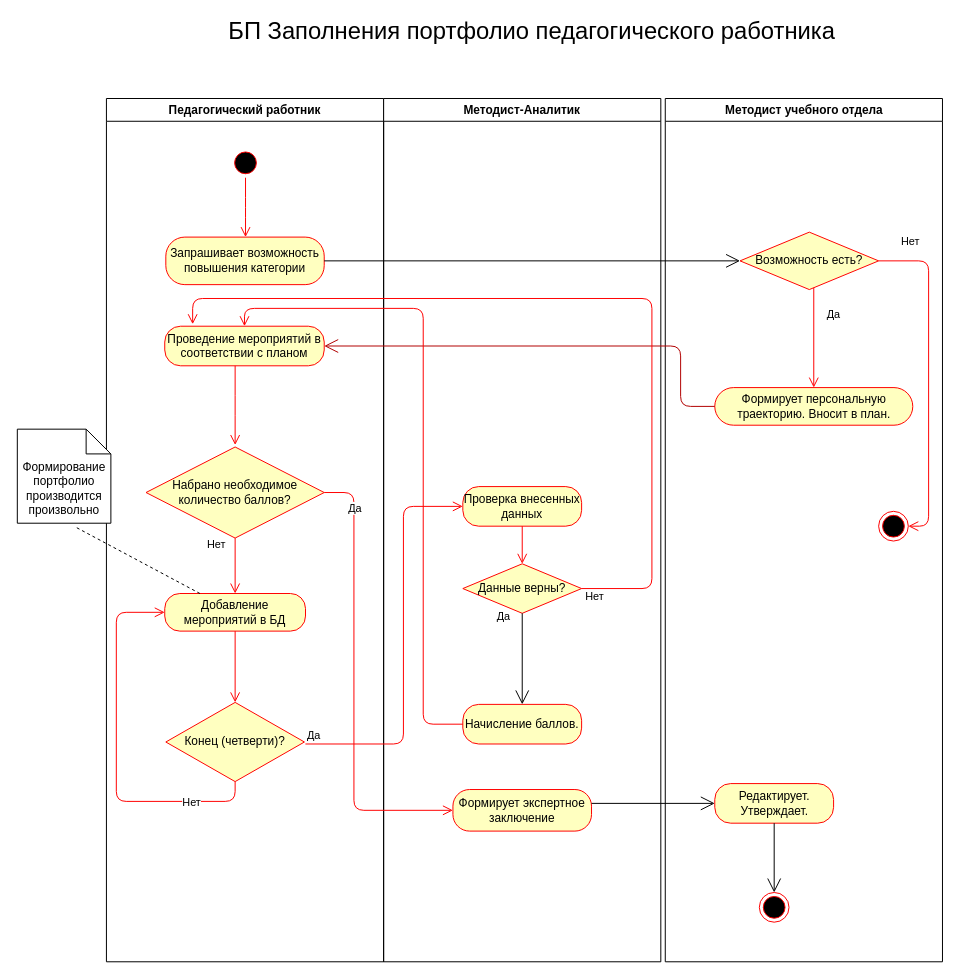
Alexk80/keywords keeps this draw.io diagram as Ведение портфолио.drawio. Above is the earlier version. Source tidied: cells renumbered, new cells numbered last; positions are measured from the earlier drawing's top-left corner, leaving out a move shared by most shapes. Both pictures are drawn from the tidied source at 99%, with x=0, y=0 at pixel (17, 21).
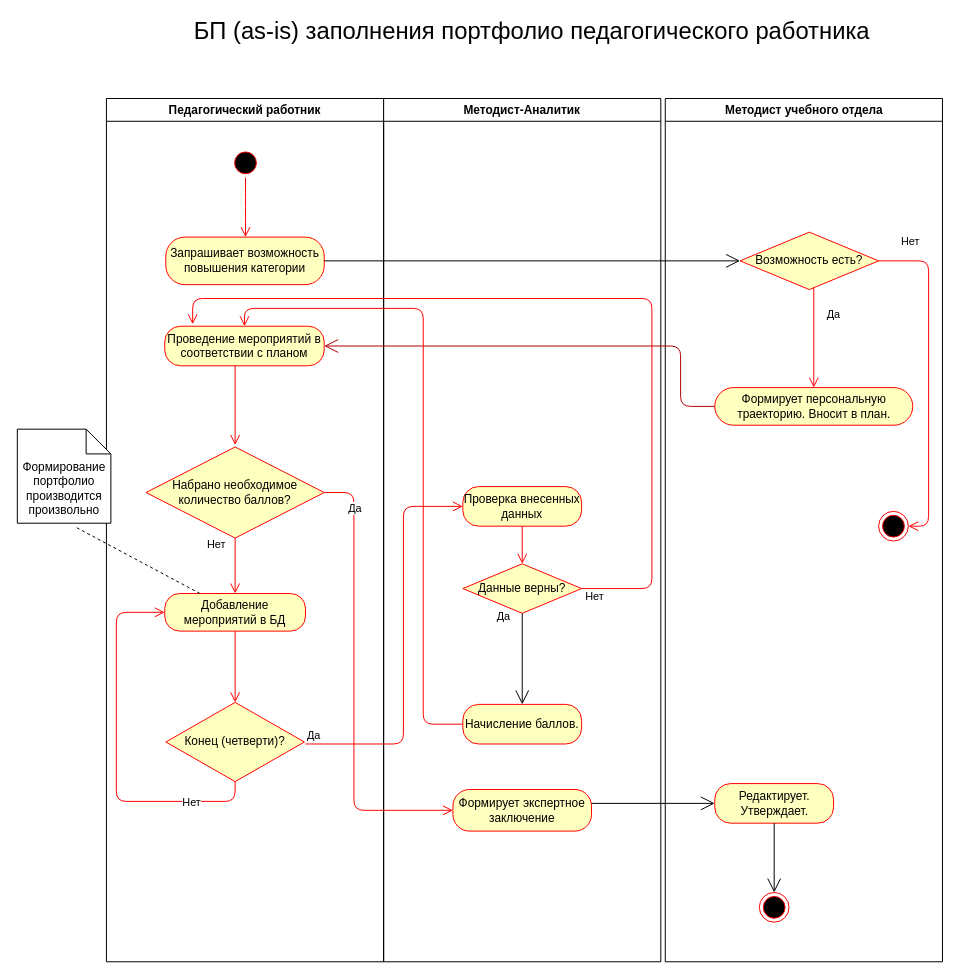
After the change.

The edit, as a diff of the source:
```diff
@@
-    <mxCell id="33" value="&lt;font style=&quot;font-size: 24px&quot;&gt;БП Заполнения портфолио педагогического работника&lt;/font&gt;" style="text;html=1;strokeColor=none;fillColor=none;align=center;verticalAlign=middle;whiteSpace=wrap;rounded=0;" parent="1" vertex="1">
+    <mxCell id="33" value="&lt;font style=&quot;font-size: 24px&quot;&gt;БП (as-is) заполнения портфолио педагогического работника&lt;/font&gt;" style="text;html=1;strokeColor=none;fillColor=none;align=center;verticalAlign=middle;whiteSpace=wrap;rounded=0;" parent="1" vertex="1">
       <mxGeometry x="130" width="780" height="20" as="geometry" />
     </mxCell>
```
